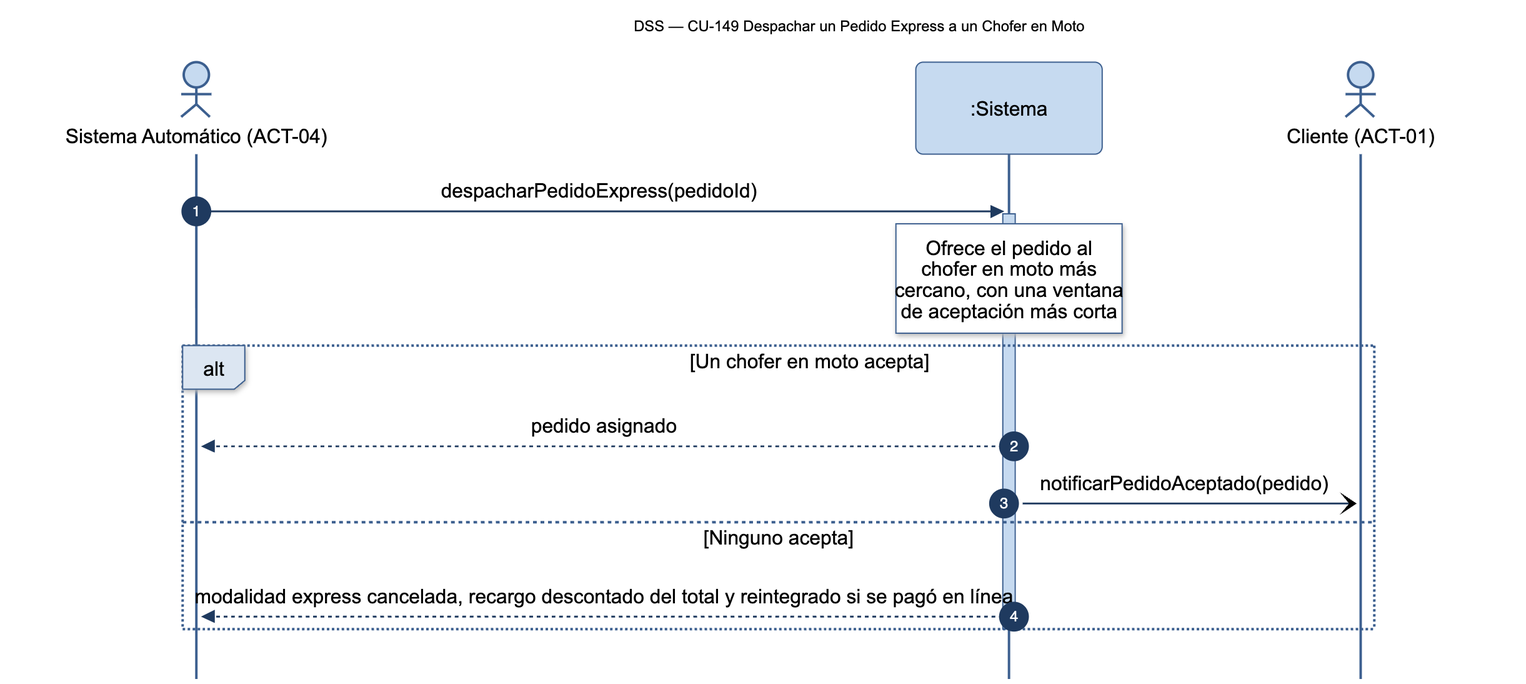
Before: diagramas/png/DSS_CU-149_Despachar-un-Pedido-Express-a-un-Chofer-en-Moto.png, a diagram exported from Mermaid (Nahuelito-Dev/splg-docs). Its source is kept beside it as diagramas/DSS_CU-149_Despachar-un-Pedido-Express-a-un-Chofer-en-Moto.mmd.
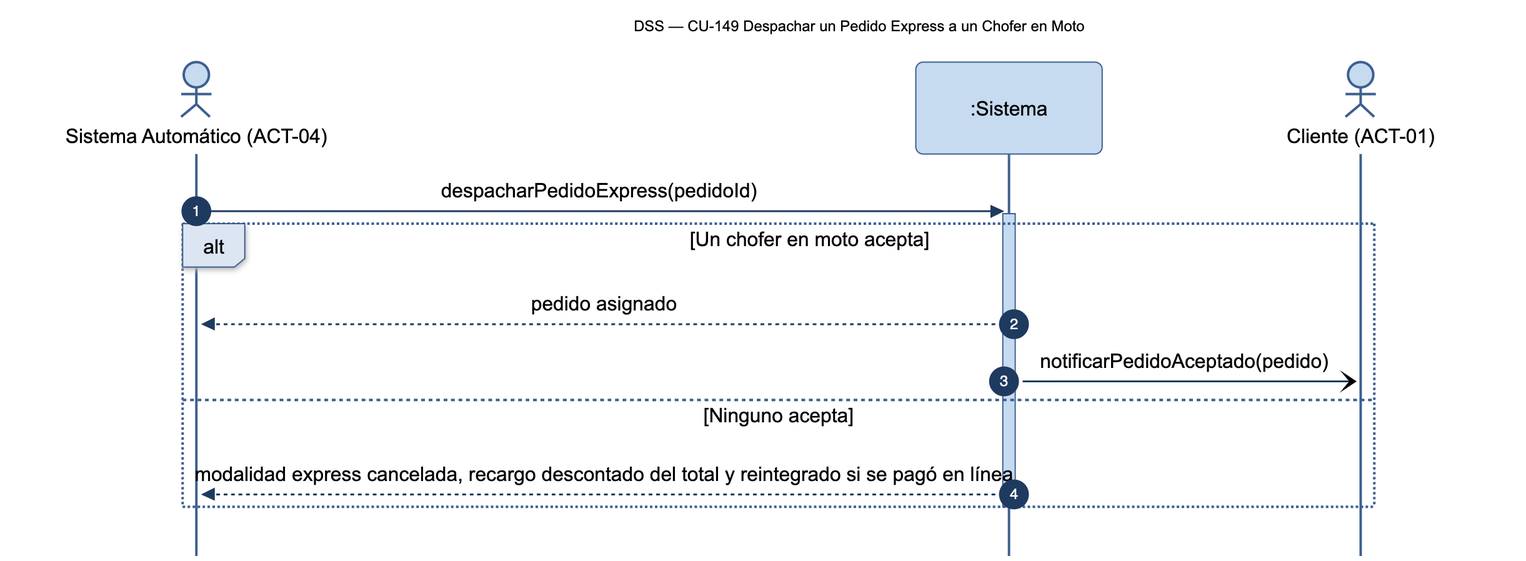
After the change.

What changed in the source:
```diff
@@ -7,7 +7,6 @@
 
     SAU->>SIS: despacharPedidoExpress(pedidoId)
     activate SIS
-    Note over SIS: Ofrece el pedido al<br/>chofer en moto más<br/>cercano, con una ventana<br/>de aceptación más corta
     alt Un chofer en moto acepta
         SIS-->>SAU: pedido asignado
         SIS-)CLI: notificarPedidoAceptado(pedido)
```
